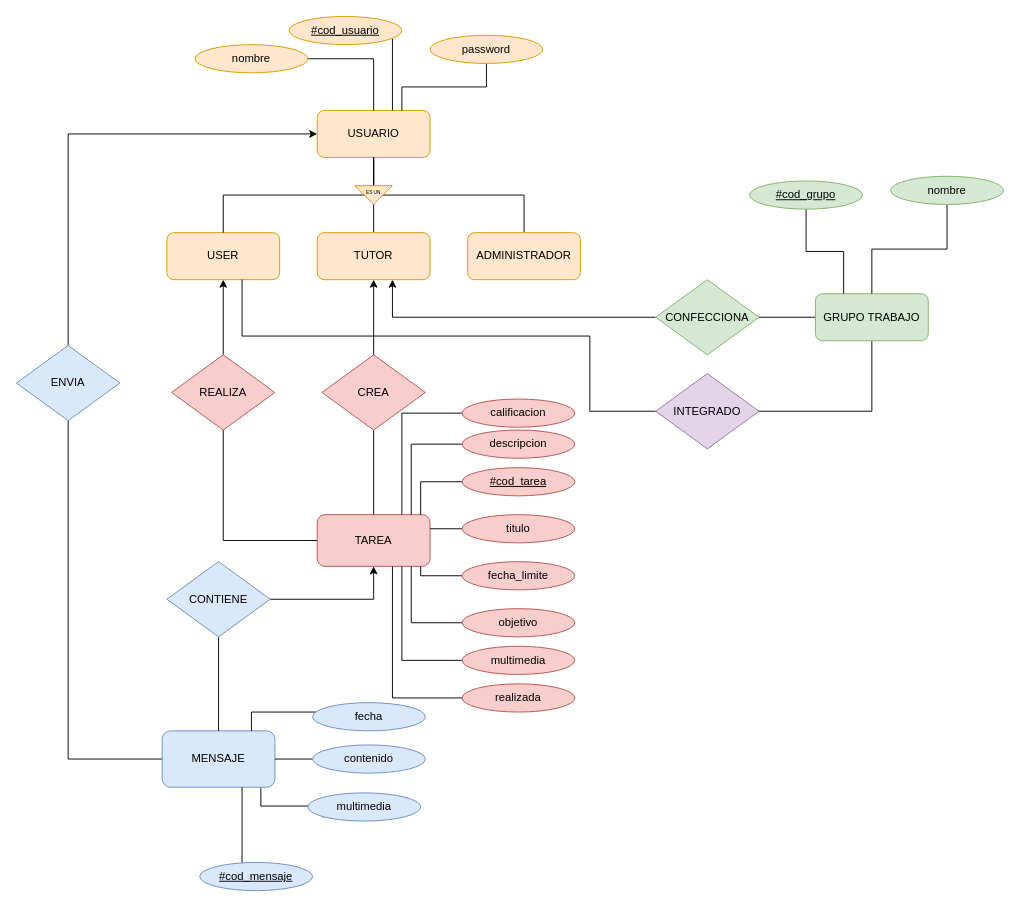
Before: base-de-datos/Diagrama BD.drawio in corderop/practicas-dgp, a draw.io diagram. Source tidied: cells renumbered, new cells numbered last; positions are measured from the earlier drawing's top-left corner, leaving out a move shared by most shapes. Both pictures are drawn from the tidied source at 94%, with x=0, y=0 at pixel (16, 16).
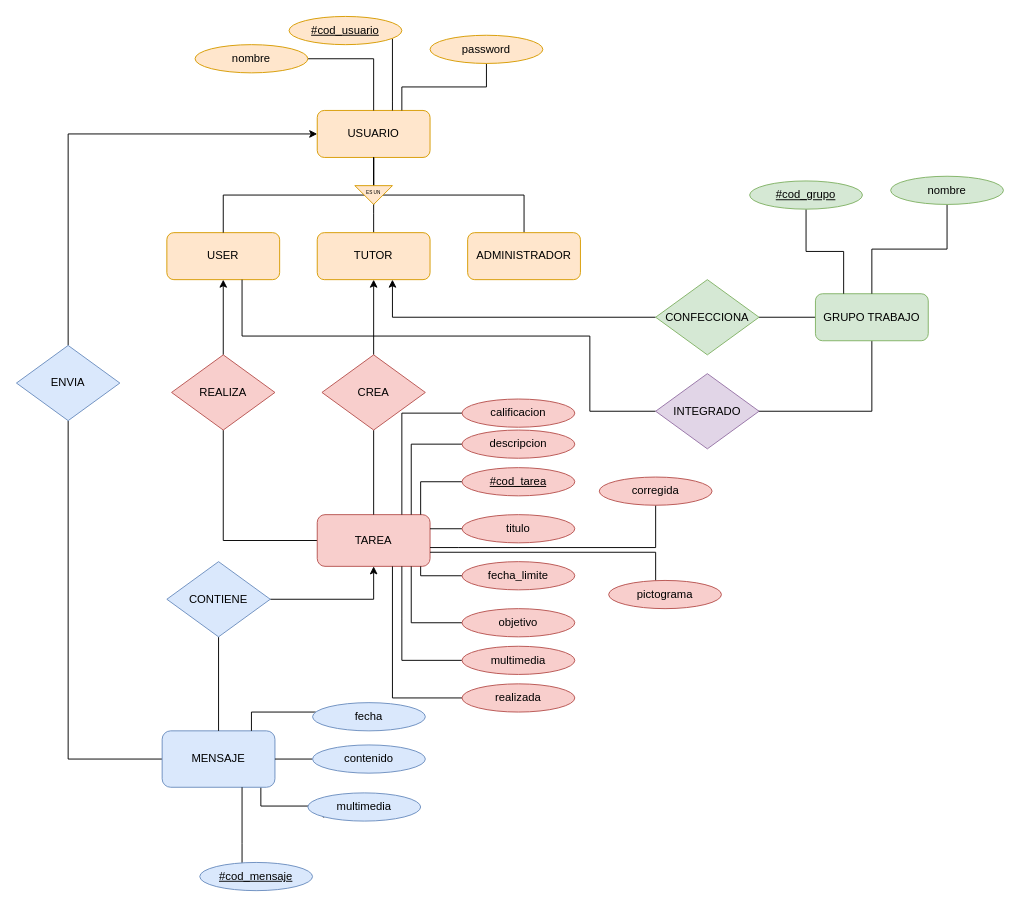
The same diagram, later.

Commit message (it also covers changes not shown here):
Añadido a la base de datos el parámetro corregida para que sea diferente de realizada - Se activará siempre que el usuario introduzca un nuevo mensaje en el chat

The change refers to these unchanged cells:
```xml
<mxCell id="6" value="TAREA" style="rounded=1;whiteSpace=wrap;html=1;fillColor=#f8cecc;strokeColor=#b85450;" parent="1" vertex="1">
  <mxGeometry x="320" y="530" width="120" height="55" as="geometry" />
</mxCell>
```

Diff of the diagram source:
```diff
@@
+    <mxCell id="67" style="edgeStyle=orthogonalEdgeStyle;rounded=0;jettySize=auto;html=1;endArrow=none;endFill=0;" parent="1" edge="1" source="68" target="6">
+      <mxGeometry relative="1" as="geometry">
+        <Array as="points">
+          <mxPoint x="470" y="565" />
+          <mxPoint x="470" y="565" />
+        </Array>
+      </mxGeometry>
+    </mxCell>
+    <mxCell id="68" value="corregida" style="ellipse;whiteSpace=wrap;html=1;fillColor=#f8cecc;strokeColor=#b85450;" parent="1" vertex="1">
+      <mxGeometry x="620" y="490" width="120" height="30" as="geometry" />
+    </mxCell>
+    <mxCell id="69" style="edgeStyle=orthogonalEdgeStyle;rounded=0;jettySize=auto;html=1;endArrow=none;endFill=0;" parent="1" edge="1" source="70" target="6">
+      <mxGeometry relative="1" as="geometry">
+        <Array as="points">
+          <mxPoint x="680" y="570" />
+        </Array>
+      </mxGeometry>
+    </mxCell>
+    <mxCell id="70" value="pictograma" style="ellipse;whiteSpace=wrap;html=1;fillColor=#f8cecc;strokeColor=#b85450;" parent="1" vertex="1">
+      <mxGeometry x="630" y="600" width="120" height="30" as="geometry" />
+    </mxCell>
```
